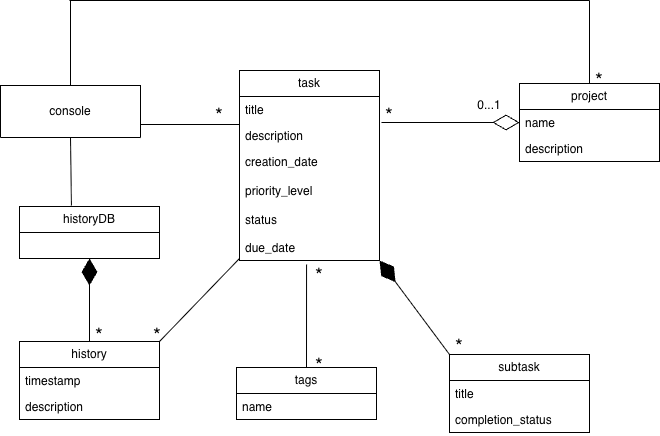
Above: architecture/taskdomain.drawio.png in Anthony-Mastro/SOEN-342 (draw.io), before the change. Source tidied: cells renumbered, new cells last; positions are measured from the earlier drawing's top-left corner, leaving out a move shared by most shapes. The source it was exported from:
```xml
<mxGraphModel>
  <root>
    <mxCell id="0" />
    <mxCell id="1" parent="0" />
    <mxCell id="2" value="console" style="swimlane;fontStyle=0;horizontal=1;startSize=52;fillColor=none;whiteSpace=wrap;html=1;" parent="1" vertex="1">
      <mxGeometry y="85" width="140" height="52" as="geometry" />
    </mxCell>
    <mxCell id="3" value="task" style="swimlane;fontStyle=0;horizontal=1;startSize=26;fillColor=none;whiteSpace=wrap;html=1;" parent="1" vertex="1">
      <mxGeometry x="239" y="70" width="140" height="190" as="geometry" />
    </mxCell>
    <mxCell id="4" value="title" style="text;strokeColor=none;fillColor=none;align=left;verticalAlign=top;spacingLeft=4;spacingRight=4;overflow=hidden;points=[[0,0.5],[1,0.5]];portConstraint=eastwest;whiteSpace=wrap;html=1;" parent="3" vertex="1">
      <mxGeometry y="26" width="140" height="26" as="geometry" />
    </mxCell>
    <mxCell id="5" value="description" style="text;strokeColor=none;fillColor=none;align=left;verticalAlign=top;spacingLeft=4;spacingRight=4;overflow=hidden;points=[[0,0.5],[1,0.5]];portConstraint=eastwest;whiteSpace=wrap;html=1;" parent="3" vertex="1">
      <mxGeometry y="52" width="140" height="26" as="geometry" />
    </mxCell>
    <mxCell id="6" value="creation_date&lt;div&gt;&lt;br&gt;&lt;/div&gt;&lt;div&gt;priority_level&lt;/div&gt;&lt;div&gt;&lt;br&gt;&lt;/div&gt;&lt;div&gt;status&lt;/div&gt;&lt;div&gt;&lt;br&gt;&lt;/div&gt;&lt;div&gt;due_date&lt;/div&gt;" style="text;strokeColor=none;fillColor=none;align=left;verticalAlign=top;spacingLeft=4;spacingRight=4;overflow=hidden;points=[[0,0.5],[1,0.5]];portConstraint=eastwest;whiteSpace=wrap;html=1;" parent="3" vertex="1">
      <mxGeometry y="78" width="140" height="112" as="geometry" />
    </mxCell>
    <mxCell id="7" value="project" style="swimlane;fontStyle=0;horizontal=1;startSize=26;fillColor=none;whiteSpace=wrap;html=1;" parent="1" vertex="1">
      <mxGeometry x="519" y="83" width="140" height="78" as="geometry" />
    </mxCell>
    <mxCell id="8" value="name" style="text;strokeColor=none;fillColor=none;align=left;verticalAlign=top;spacingLeft=4;spacingRight=4;overflow=hidden;points=[[0,0.5],[1,0.5]];portConstraint=eastwest;whiteSpace=wrap;html=1;" parent="7" vertex="1">
      <mxGeometry y="26" width="140" height="26" as="geometry" />
    </mxCell>
    <mxCell id="9" value="description" style="text;strokeColor=none;fillColor=none;align=left;verticalAlign=top;spacingLeft=4;spacingRight=4;overflow=hidden;points=[[0,0.5],[1,0.5]];portConstraint=eastwest;whiteSpace=wrap;html=1;" parent="7" vertex="1">
      <mxGeometry y="52" width="140" height="26" as="geometry" />
    </mxCell>
    <mxCell id="10" value="history" style="swimlane;fontStyle=0;horizontal=1;startSize=26;fillColor=none;whiteSpace=wrap;html=1;" parent="1" vertex="1">
      <mxGeometry x="19" y="341" width="140" height="78" as="geometry" />
    </mxCell>
    <mxCell id="11" value="timestamp" style="text;strokeColor=none;fillColor=none;align=left;verticalAlign=top;spacingLeft=4;spacingRight=4;overflow=hidden;points=[[0,0.5],[1,0.5]];portConstraint=eastwest;whiteSpace=wrap;html=1;" parent="10" vertex="1">
      <mxGeometry y="26" width="140" height="26" as="geometry" />
    </mxCell>
    <mxCell id="12" value="description" style="text;strokeColor=none;fillColor=none;align=left;verticalAlign=top;spacingLeft=4;spacingRight=4;overflow=hidden;whiteSpace=wrap;html=1;" parent="10" vertex="1">
      <mxGeometry y="52" width="140" height="26" as="geometry" />
    </mxCell>
    <mxCell id="13" value="tags" style="swimlane;fontStyle=0;horizontal=1;startSize=26;fillColor=none;whiteSpace=wrap;html=1;" parent="1" vertex="1">
      <mxGeometry x="236" y="367" width="140" height="52" as="geometry" />
    </mxCell>
    <mxCell id="14" value="name" style="text;strokeColor=none;fillColor=none;align=left;verticalAlign=top;spacingLeft=4;spacingRight=4;overflow=hidden;whiteSpace=wrap;html=1;" parent="13" vertex="1">
      <mxGeometry y="26" width="140" height="26" as="geometry" />
    </mxCell>
    <mxCell id="15" value="subtask" style="swimlane;fontStyle=0;horizontal=1;startSize=26;fillColor=none;whiteSpace=wrap;html=1;" parent="1" vertex="1">
      <mxGeometry x="449" y="354" width="140" height="78" as="geometry" />
    </mxCell>
    <mxCell id="16" value="title" style="text;strokeColor=none;fillColor=none;align=left;verticalAlign=top;spacingLeft=4;spacingRight=4;overflow=hidden;points=[[0,0.5],[1,0.5]];portConstraint=eastwest;whiteSpace=wrap;html=1;" parent="15" vertex="1">
      <mxGeometry y="26" width="140" height="26" as="geometry" />
    </mxCell>
    <mxCell id="17" value="completion_status" style="text;strokeColor=none;fillColor=none;align=left;verticalAlign=top;spacingLeft=4;spacingRight=4;overflow=hidden;whiteSpace=wrap;html=1;" parent="15" vertex="1">
      <mxGeometry y="52" width="140" height="26" as="geometry" />
    </mxCell>
    <mxCell id="18" style="endArrow=diamondThin;endFill=0;endSize=24;html=1;rounded=0;entryX=0;entryY=0.5;entryDx=0;entryDy=0;exitX=1.014;exitY=1;exitDx=0;exitDy=0;exitPerimeter=0;" parent="1" edge="1" source="4" target="8">
      <mxGeometry relative="1" as="geometry" />
    </mxCell>
    <mxCell id="19" value="*" style="text;html=1;whiteSpace=wrap;strokeColor=none;fillColor=none;align=center;verticalAlign=middle;rounded=0;fontSize=20;" parent="1" vertex="1">
      <mxGeometry x="359" y="100" width="60" height="30" as="geometry" />
    </mxCell>
    <mxCell id="20" value="0...1" style="text;html=1;whiteSpace=wrap;strokeColor=none;fillColor=none;align=center;verticalAlign=middle;rounded=0;" parent="1" vertex="1">
      <mxGeometry x="459" y="90" width="60" height="30" as="geometry" />
    </mxCell>
    <mxCell id="21" style="endArrow=diamondThin;endFill=1;endSize=24;html=1;rounded=0;entryX=1;entryY=1;entryDx=0;entryDy=0;entryPerimeter=0;exitX=0;exitY=0;exitDx=0;exitDy=0;" parent="1" edge="1" source="15" target="6">
      <mxGeometry relative="1" as="geometry" />
    </mxCell>
    <mxCell id="22" style="endArrow=none;html=1;rounded=0;entryX=0.479;entryY=1.036;entryDx=0;entryDy=0;entryPerimeter=0;exitX=0.5;exitY=0;exitDx=0;exitDy=0;" parent="1" edge="1" source="13" target="6">
      <mxGeometry relative="1" as="geometry" />
    </mxCell>
    <mxCell id="23" value="*" style="text;html=1;whiteSpace=wrap;strokeColor=none;fillColor=none;align=center;verticalAlign=middle;rounded=0;fontSize=20;" parent="1" vertex="1">
      <mxGeometry x="289" y="260" width="60" height="30" as="geometry" />
    </mxCell>
    <mxCell id="24" value="*" style="text;html=1;whiteSpace=wrap;strokeColor=none;fillColor=none;align=center;verticalAlign=middle;rounded=0;fontSize=20;" parent="1" vertex="1">
      <mxGeometry x="289" y="350" width="60" height="30" as="geometry" />
    </mxCell>
    <mxCell id="25" value="*" style="text;html=1;whiteSpace=wrap;strokeColor=none;fillColor=none;align=center;verticalAlign=middle;rounded=0;fontSize=20;" parent="1" vertex="1">
      <mxGeometry x="127" y="320" width="60" height="30" as="geometry" />
    </mxCell>
    <mxCell id="26" style="endArrow=none;html=1;rounded=0;entryX=0;entryY=0.077;entryDx=0;entryDy=0;entryPerimeter=0;exitX=1;exitY=0.75;exitDx=0;exitDy=0;" parent="1" edge="1" source="2" target="5">
      <mxGeometry relative="1" as="geometry" />
    </mxCell>
    <mxCell id="27" value="*" style="text;html=1;whiteSpace=wrap;strokeColor=none;fillColor=none;align=center;verticalAlign=middle;rounded=0;fontStyle=0;fontSize=20;" parent="1" vertex="1">
      <mxGeometry x="189" y="100" width="60" height="30" as="geometry" />
    </mxCell>
    <mxCell id="28" value="historyDB" style="swimlane;fontStyle=0;horizontal=1;startSize=26;fillColor=none;whiteSpace=wrap;html=1;" parent="1" vertex="1">
      <mxGeometry x="19" y="206" width="140" height="52" as="geometry" />
    </mxCell>
    <mxCell id="29" style="endArrow=diamondThin;endFill=1;endSize=24;html=1;rounded=0;entryX=0.5;entryY=1;entryDx=0;entryDy=0;exitX=0.5;exitY=0;exitDx=0;exitDy=0;" parent="1" edge="1" source="10" target="28">
      <mxGeometry relative="1" as="geometry" />
    </mxCell>
    <mxCell id="30" style="endArrow=none;html=1;rounded=0;entryX=0;entryY=0.982;entryDx=0;entryDy=0;entryPerimeter=0;exitX=1;exitY=0;exitDx=0;exitDy=0;" parent="1" edge="1" source="10" target="6">
      <mxGeometry relative="1" as="geometry" />
    </mxCell>
    <mxCell id="31" value="*" style="text;html=1;whiteSpace=wrap;strokeColor=none;fillColor=none;align=center;verticalAlign=middle;rounded=0;fontSize=20;" parent="1" vertex="1">
      <mxGeometry x="429" y="331" width="60" height="30" as="geometry" />
    </mxCell>
    <mxCell id="32" value="*" style="text;html=1;whiteSpace=wrap;strokeColor=none;fillColor=none;align=center;verticalAlign=middle;rounded=0;fontSize=20;" parent="1" vertex="1">
      <mxGeometry x="69" y="320" width="60" height="30" as="geometry" />
    </mxCell>
    <mxCell id="33" style="endArrow=none;html=1;rounded=0;entryX=0.5;entryY=1;entryDx=0;entryDy=0;exitX=0.371;exitY=-0.019;exitDx=0;exitDy=0;exitPerimeter=0;" parent="1" edge="1" source="28" target="2">
      <mxGeometry relative="1" as="geometry" />
    </mxCell>
    <mxCell id="34" style="endArrow=none;html=1;rounded=0;entryX=0.5;entryY=0;entryDx=0;entryDy=0;" parent="1" edge="1" target="7">
      <mxGeometry relative="1" as="geometry">
        <mxPoint x="589" as="sourcePoint" />
      </mxGeometry>
    </mxCell>
    <mxCell id="35" style="endArrow=none;html=1;rounded=0;entryX=0.5;entryY=0;entryDx=0;entryDy=0;" parent="1" edge="1" target="2">
      <mxGeometry relative="1" as="geometry">
        <mxPoint x="70" as="sourcePoint" />
      </mxGeometry>
    </mxCell>
    <mxCell id="36" style="endArrow=none;html=1;rounded=0;" parent="1" edge="1">
      <mxGeometry relative="1" as="geometry">
        <mxPoint x="69" as="sourcePoint" />
        <mxPoint x="589" as="targetPoint" />
      </mxGeometry>
    </mxCell>
    <mxCell id="37" value="*" style="text;html=1;whiteSpace=wrap;strokeColor=none;fillColor=none;align=center;verticalAlign=middle;rounded=0;fontSize=20;" parent="1" vertex="1">
      <mxGeometry x="569" y="65" width="60" height="30" as="geometry" />
    </mxCell>
  </root>
</mxGraphModel>
```
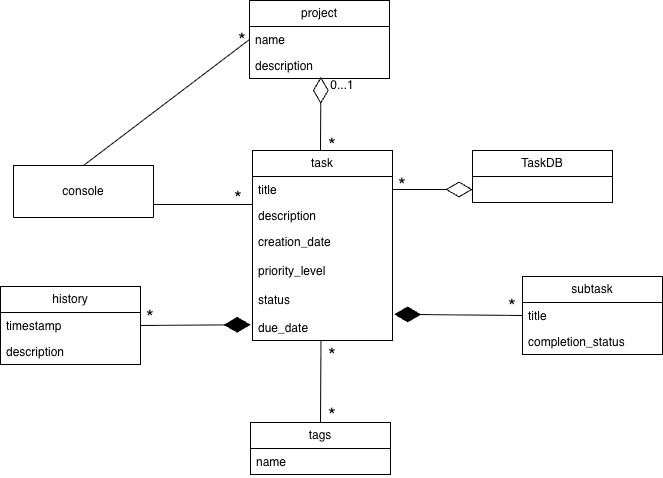
The same file after the commit.

Change to the diagram source:
```diff
@@ -3,10 +3,10 @@
     <mxCell id="0" />
     <mxCell id="1" parent="0" />
     <mxCell id="2" value="console" style="swimlane;fontStyle=0;horizontal=1;startSize=52;fillColor=none;whiteSpace=wrap;html=1;" parent="1" vertex="1">
-      <mxGeometry y="85" width="140" height="52" as="geometry" />
+      <mxGeometry y="225" width="140" height="52" as="geometry" />
     </mxCell>
     <mxCell id="3" value="task" style="swimlane;fontStyle=0;horizontal=1;startSize=26;fillColor=none;whiteSpace=wrap;html=1;" parent="1" vertex="1">
-      <mxGeometry x="239" y="70" width="140" height="190" as="geometry" />
+      <mxGeometry x="239" y="210" width="140" height="190" as="geometry" />
     </mxCell>
     <mxCell id="4" value="title" style="text;strokeColor=none;fillColor=none;align=left;verticalAlign=top;spacingLeft=4;spacingRight=4;overflow=hidden;points=[[0,0.5],[1,0.5]];portConstraint=eastwest;whiteSpace=wrap;html=1;" parent="3" vertex="1">
       <mxGeometry y="26" width="140" height="26" as="geometry" />
@@ -18,7 +18,7 @@
       <mxGeometry y="78" width="140" height="112" as="geometry" />
     </mxCell>
     <mxCell id="7" value="project" style="swimlane;fontStyle=0;horizontal=1;startSize=26;fillColor=none;whiteSpace=wrap;html=1;" parent="1" vertex="1">
-      <mxGeometry x="519" y="83" width="140" height="78" as="geometry" />
+      <mxGeometry x="236" y="60" width="140" height="78" as="geometry" />
     </mxCell>
     <mxCell id="8" value="name" style="text;strokeColor=none;fillColor=none;align=left;verticalAlign=top;spacingLeft=4;spacingRight=4;overflow=hidden;points=[[0,0.5],[1,0.5]];portConstraint=eastwest;whiteSpace=wrap;html=1;" parent="7" vertex="1">
       <mxGeometry y="26" width="140" height="26" as="geometry" />
@@ -27,7 +27,7 @@
       <mxGeometry y="52" width="140" height="26" as="geometry" />
     </mxCell>
     <mxCell id="10" value="history" style="swimlane;fontStyle=0;horizontal=1;startSize=26;fillColor=none;whiteSpace=wrap;html=1;" parent="1" vertex="1">
-      <mxGeometry x="19" y="341" width="140" height="78" as="geometry" />
+      <mxGeometry x="-13" y="346" width="140" height="78" as="geometry" />
     </mxCell>
     <mxCell id="11" value="timestamp" style="text;strokeColor=none;fillColor=none;align=left;verticalAlign=top;spacingLeft=4;spacingRight=4;overflow=hidden;points=[[0,0.5],[1,0.5]];portConstraint=eastwest;whiteSpace=wrap;html=1;" parent="10" vertex="1">
       <mxGeometry y="26" width="140" height="26" as="geometry" />
@@ -36,13 +36,13 @@
       <mxGeometry y="52" width="140" height="26" as="geometry" />
     </mxCell>
     <mxCell id="13" value="tags" style="swimlane;fontStyle=0;horizontal=1;startSize=26;fillColor=none;whiteSpace=wrap;html=1;" parent="1" vertex="1">
-      <mxGeometry x="236" y="367" width="140" height="52" as="geometry" />
+      <mxGeometry x="237" y="482" width="140" height="52" as="geometry" />
     </mxCell>
     <mxCell id="14" value="name" style="text;strokeColor=none;fillColor=none;align=left;verticalAlign=top;spacingLeft=4;spacingRight=4;overflow=hidden;whiteSpace=wrap;html=1;" parent="13" vertex="1">
       <mxGeometry y="26" width="140" height="26" as="geometry" />
     </mxCell>
     <mxCell id="15" value="subtask" style="swimlane;fontStyle=0;horizontal=1;startSize=26;fillColor=none;whiteSpace=wrap;html=1;" parent="1" vertex="1">
-      <mxGeometry x="449" y="354" width="140" height="78" as="geometry" />
+      <mxGeometry x="509" y="336" width="140" height="78" as="geometry" />
     </mxCell>
     <mxCell id="16" value="title" style="text;strokeColor=none;fillColor=none;align=left;verticalAlign=top;spacingLeft=4;spacingRight=4;overflow=hidden;points=[[0,0.5],[1,0.5]];portConstraint=eastwest;whiteSpace=wrap;html=1;" parent="15" vertex="1">
       <mxGeometry y="26" width="140" height="26" as="geometry" />
@@ -50,72 +50,60 @@
     <mxCell id="17" value="completion_status" style="text;strokeColor=none;fillColor=none;align=left;verticalAlign=top;spacingLeft=4;spacingRight=4;overflow=hidden;whiteSpace=wrap;html=1;" parent="15" vertex="1">
       <mxGeometry y="52" width="140" height="26" as="geometry" />
     </mxCell>
-    <mxCell id="18" style="endArrow=diamondThin;endFill=0;endSize=24;html=1;rounded=0;entryX=0;entryY=0.5;entryDx=0;entryDy=0;exitX=1.014;exitY=1;exitDx=0;exitDy=0;exitPerimeter=0;" parent="1" edge="1" source="4" target="8">
-      <mxGeometry relative="1" as="geometry" />
+    <mxCell id="18" style="endArrow=diamondThin;endFill=0;endSize=24;html=1;rounded=0;entryX=0.51;entryY=0.939;entryDx=0;entryDy=0;entryPerimeter=0;" parent="1" edge="1" target="9">
+      <mxGeometry relative="1" as="geometry">
+        <mxPoint x="307" y="210" as="sourcePoint" />
+      </mxGeometry>
     </mxCell>
     <mxCell id="19" value="*" style="text;html=1;whiteSpace=wrap;strokeColor=none;fillColor=none;align=center;verticalAlign=middle;rounded=0;fontSize=20;" parent="1" vertex="1">
-      <mxGeometry x="359" y="100" width="60" height="30" as="geometry" />
+      <mxGeometry x="289" y="190" width="60" height="30" as="geometry" />
     </mxCell>
     <mxCell id="20" value="0...1" style="text;html=1;whiteSpace=wrap;strokeColor=none;fillColor=none;align=center;verticalAlign=middle;rounded=0;" parent="1" vertex="1">
-      <mxGeometry x="459" y="90" width="60" height="30" as="geometry" />
+      <mxGeometry x="299" y="130" width="60" height="30" as="geometry" />
     </mxCell>
-    <mxCell id="21" style="endArrow=diamondThin;endFill=1;endSize=24;html=1;rounded=0;entryX=1;entryY=1;entryDx=0;entryDy=0;entryPerimeter=0;exitX=0;exitY=0;exitDx=0;exitDy=0;" parent="1" edge="1" source="15" target="6">
+    <mxCell id="21" style="endArrow=diamondThin;endFill=1;endSize=24;html=1;rounded=0;entryX=1.012;entryY=0.766;entryDx=0;entryDy=0;entryPerimeter=0;exitX=0;exitY=0.5;exitDx=0;exitDy=0;" parent="1" edge="1" source="16" target="6">
       <mxGeometry relative="1" as="geometry" />
     </mxCell>
-    <mxCell id="22" style="endArrow=none;html=1;rounded=0;entryX=0.479;entryY=1.036;entryDx=0;entryDy=0;entryPerimeter=0;exitX=0.5;exitY=0;exitDx=0;exitDy=0;" parent="1" edge="1" source="13" target="6">
+    <mxCell id="22" style="endArrow=none;html=1;rounded=0;entryX=0.489;entryY=1.009;entryDx=0;entryDy=0;entryPerimeter=0;exitX=0.5;exitY=0;exitDx=0;exitDy=0;" parent="1" edge="1" source="13" target="6">
       <mxGeometry relative="1" as="geometry" />
     </mxCell>
     <mxCell id="23" value="*" style="text;html=1;whiteSpace=wrap;strokeColor=none;fillColor=none;align=center;verticalAlign=middle;rounded=0;fontSize=20;" parent="1" vertex="1">
-      <mxGeometry x="289" y="260" width="60" height="30" as="geometry" />
+      <mxGeometry x="289" y="400" width="60" height="30" as="geometry" />
     </mxCell>
     <mxCell id="24" value="*" style="text;html=1;whiteSpace=wrap;strokeColor=none;fillColor=none;align=center;verticalAlign=middle;rounded=0;fontSize=20;" parent="1" vertex="1">
-      <mxGeometry x="289" y="350" width="60" height="30" as="geometry" />
+      <mxGeometry x="289" y="460" width="60" height="30" as="geometry" />
     </mxCell>
     <mxCell id="25" value="*" style="text;html=1;whiteSpace=wrap;strokeColor=none;fillColor=none;align=center;verticalAlign=middle;rounded=0;fontSize=20;" parent="1" vertex="1">
-      <mxGeometry x="127" y="320" width="60" height="30" as="geometry" />
+      <mxGeometry x="107" y="362" width="60" height="30" as="geometry" />
     </mxCell>
     <mxCell id="26" style="endArrow=none;html=1;rounded=0;entryX=0;entryY=0.077;entryDx=0;entryDy=0;entryPerimeter=0;exitX=1;exitY=0.75;exitDx=0;exitDy=0;" parent="1" edge="1" source="2" target="5">
       <mxGeometry relative="1" as="geometry" />
     </mxCell>
     <mxCell id="27" value="*" style="text;html=1;whiteSpace=wrap;strokeColor=none;fillColor=none;align=center;verticalAlign=middle;rounded=0;fontStyle=0;fontSize=20;" parent="1" vertex="1">
-      <mxGeometry x="189" y="100" width="60" height="30" as="geometry" />
+      <mxGeometry x="195" y="243" width="60" height="30" as="geometry" />
     </mxCell>
-    <mxCell id="28" value="historyDB" style="swimlane;fontStyle=0;horizontal=1;startSize=26;fillColor=none;whiteSpace=wrap;html=1;" parent="1" vertex="1">
-      <mxGeometry x="19" y="206" width="140" height="52" as="geometry" />
-    </mxCell>
-    <mxCell id="29" style="endArrow=diamondThin;endFill=1;endSize=24;html=1;rounded=0;entryX=0.5;entryY=1;entryDx=0;entryDy=0;exitX=0.5;exitY=0;exitDx=0;exitDy=0;" parent="1" edge="1" source="10" target="28">
-      <mxGeometry relative="1" as="geometry" />
-    </mxCell>
-    <mxCell id="30" style="endArrow=none;html=1;rounded=0;entryX=0;entryY=0.982;entryDx=0;entryDy=0;entryPerimeter=0;exitX=1;exitY=0;exitDx=0;exitDy=0;" parent="1" edge="1" source="10" target="6">
-      <mxGeometry relative="1" as="geometry" />
-    </mxCell>
     <mxCell id="31" value="*" style="text;html=1;whiteSpace=wrap;strokeColor=none;fillColor=none;align=center;verticalAlign=middle;rounded=0;fontSize=20;" parent="1" vertex="1">
-      <mxGeometry x="429" y="331" width="60" height="30" as="geometry" />
+      <mxGeometry x="469" y="351" width="60" height="30" as="geometry" />
     </mxCell>
+    <mxCell id="35" style="endArrow=none;html=1;rounded=0;entryX=0.5;entryY=0;entryDx=0;entryDy=0;exitX=0;exitY=0.5;exitDx=0;exitDy=0;" parent="1" edge="1" source="8" target="2">
+      <mxGeometry relative="1" as="geometry" />
+    </mxCell>
+    <mxCell id="37" value="*" style="text;html=1;whiteSpace=wrap;strokeColor=none;fillColor=none;align=center;verticalAlign=middle;rounded=0;fontSize=20;" parent="1" vertex="1">
+      <mxGeometry x="199" y="85" width="60" height="30" as="geometry" />
+    </mxCell>
+    <mxCell id="38" value="TaskDB" style="swimlane;fontStyle=0;horizontal=1;startSize=26;fillColor=none;whiteSpace=wrap;html=1;" parent="1" vertex="1">
+      <mxGeometry x="459" y="210" width="140" height="52" as="geometry" />
+    </mxCell>
+    <mxCell id="39" style="endArrow=diamondThin;endFill=0;endSize=24;html=1;rounded=0;entryX=0;entryY=0.75;entryDx=0;entryDy=0;exitX=1;exitY=0.5;exitDx=0;exitDy=0;" parent="1" edge="1" source="4" target="38">
+      <mxGeometry relative="1" as="geometry" />
+    </mxCell>
     <mxCell id="32" value="*" style="text;html=1;whiteSpace=wrap;strokeColor=none;fillColor=none;align=center;verticalAlign=middle;rounded=0;fontSize=20;" parent="1" vertex="1">
-      <mxGeometry x="69" y="320" width="60" height="30" as="geometry" />
+      <mxGeometry x="359" y="230" width="60" height="30" as="geometry" />
     </mxCell>
-    <mxCell id="33" style="endArrow=none;html=1;rounded=0;entryX=0.5;entryY=1;entryDx=0;entryDy=0;exitX=0.371;exitY=-0.019;exitDx=0;exitDy=0;exitPerimeter=0;" parent="1" edge="1" source="28" target="2">
-      <mxGeometry relative="1" as="geometry" />
-    </mxCell>
-    <mxCell id="34" style="endArrow=none;html=1;rounded=0;entryX=0.5;entryY=0;entryDx=0;entryDy=0;" parent="1" edge="1" target="7">
-      <mxGeometry relative="1" as="geometry">
-        <mxPoint x="589" as="sourcePoint" />
-      </mxGeometry>
-    </mxCell>
-    <mxCell id="35" style="endArrow=none;html=1;rounded=0;entryX=0.5;entryY=0;entryDx=0;entryDy=0;" parent="1" edge="1" target="2">
-      <mxGeometry relative="1" as="geometry">
-        <mxPoint x="70" as="sourcePoint" />
-      </mxGeometry>
-    </mxCell>
-    <mxCell id="36" style="endArrow=none;html=1;rounded=0;" parent="1" edge="1">
-      <mxGeometry relative="1" as="geometry">
-        <mxPoint x="69" as="sourcePoint" />
-        <mxPoint x="589" as="targetPoint" />
-      </mxGeometry>
-    </mxCell>
-    <mxCell id="37" value="*" style="text;html=1;whiteSpace=wrap;strokeColor=none;fillColor=none;align=center;verticalAlign=middle;rounded=0;fontSize=20;" parent="1" vertex="1">
-      <mxGeometry x="569" y="65" width="60" height="30" as="geometry" />
-    </mxCell>
+    <mxCell id="40" style="endArrow=diamondThin;endFill=1;endSize=24;html=1;rounded=0;entryX=-0.013;entryY=0.85;entryDx=0;entryDy=0;entryPerimeter=0;exitX=1;exitY=0.5;exitDx=0;exitDy=0;" parent="1" edge="1" source="11">
+      <mxGeometry relative="1" as="geometry">
+        <mxPoint x="237.2" y="384.2" as="targetPoint" />
+      </mxGeometry>
+    </mxCell>
   </root>
 </mxGraphModel>
```
